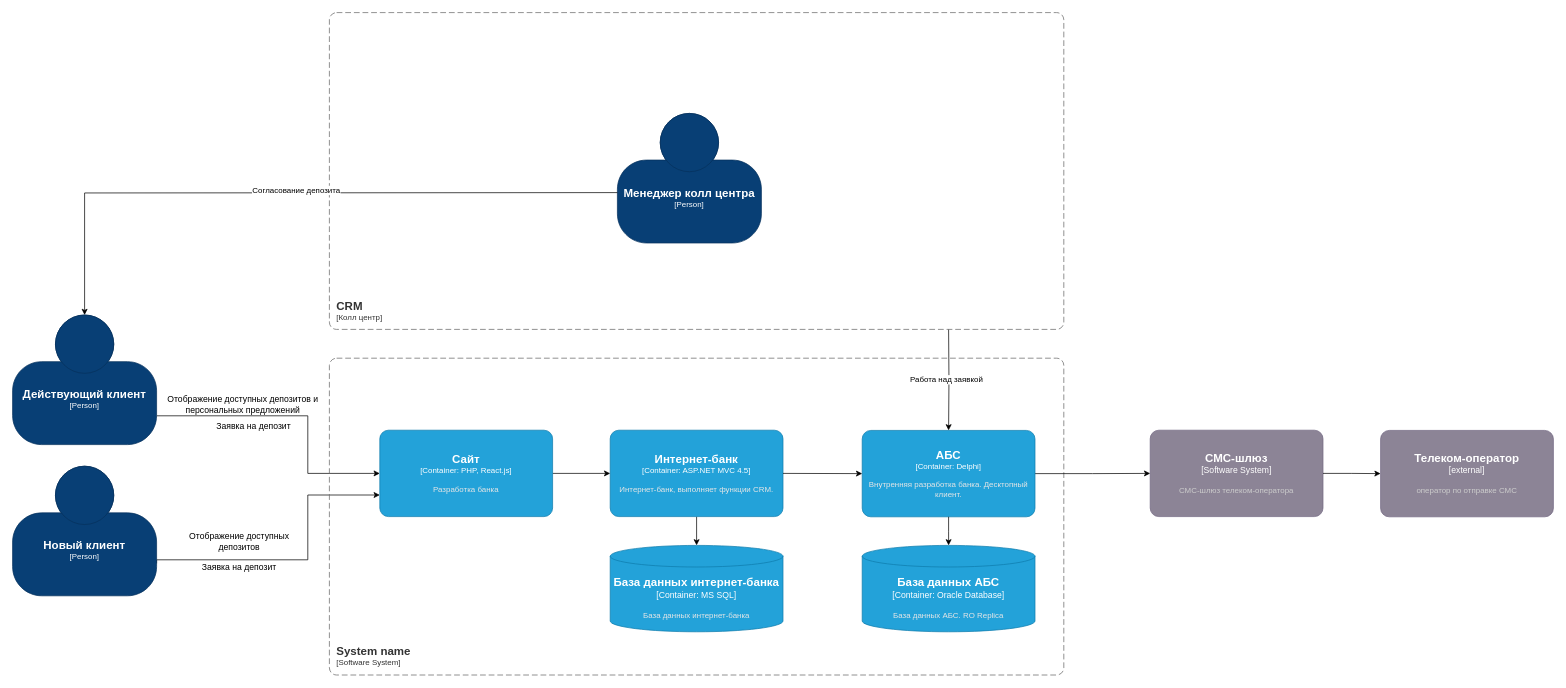
The draw.io diagram Task3/containers.drawio in va-kolle-jet/architecture-standart, before the edit. Source tidied: cells renumbered, new cells numbered last; positions are measured from the earlier drawing's top-left corner, leaving out a move shared by most shapes. Both pictures are drawn from the tidied source at 72%, with x=0, y=0 at pixel (12, 12).
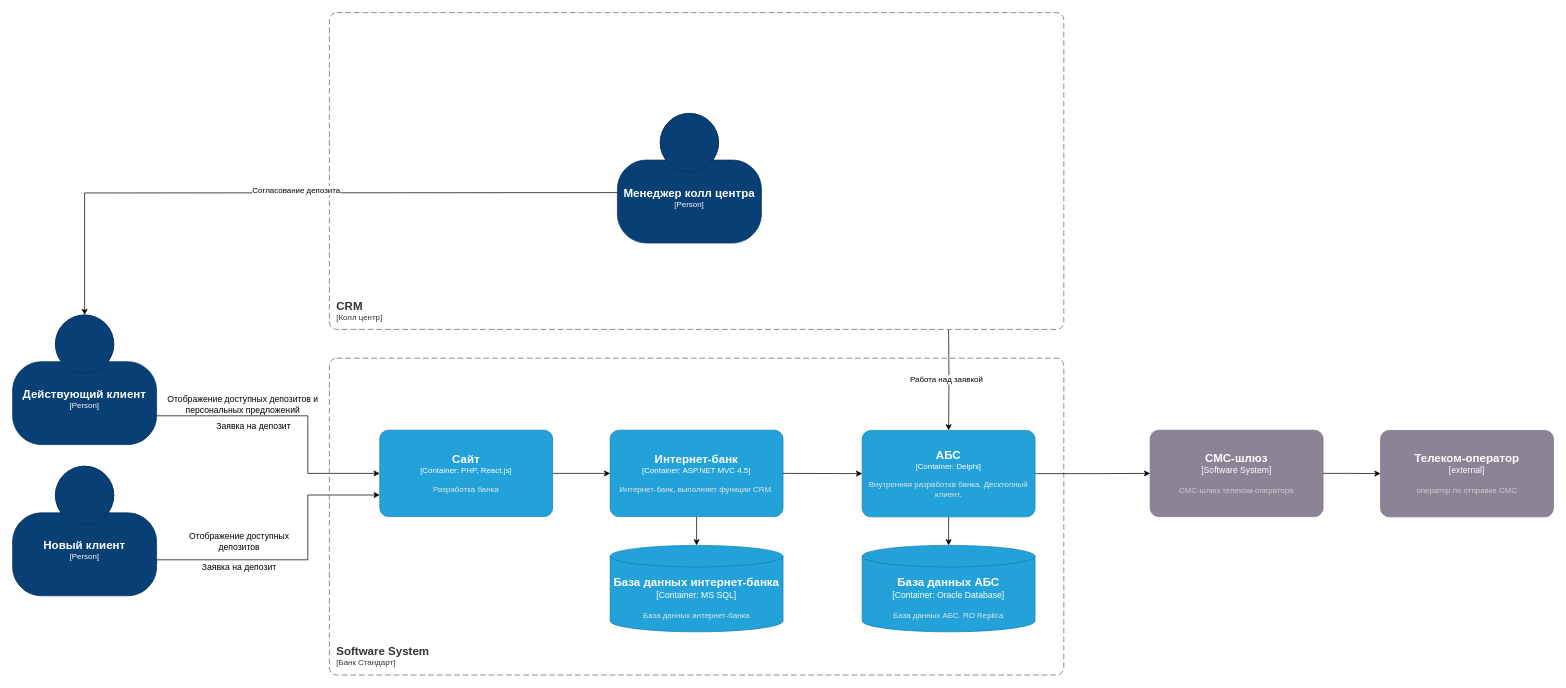
Above is the later version.

Diff of the diagram source:
```diff
@@
-    <object id="10" label="&lt;font style=&quot;font-size: 16px&quot;&gt;&lt;b&gt;&lt;div style=&quot;text-align: left&quot;&gt;%c4Name%&lt;/div&gt;&lt;/b&gt;&lt;/font&gt;&lt;div style=&quot;text-align: left&quot;&gt;[%c4Application%]&lt;/div&gt;" c4Application="Software System" c4Name="System name" placeholders="1">
+    <object id="10" label="&lt;font style=&quot;font-size: 16px&quot;&gt;&lt;b&gt;&lt;div style=&quot;text-align: left&quot;&gt;%c4Name%&lt;/div&gt;&lt;/b&gt;&lt;/font&gt;&lt;div style=&quot;text-align: left&quot;&gt;[%c4Application%]&lt;/div&gt;" c4Application="Банк Стандарт" c4Name="Software System" placeholders="1">
       <mxCell style="rounded=1;fontSize=11;whiteSpace=wrap;html=1;dashed=1;arcSize=20;fillColor=none;strokeColor=#666666;fontColor=#333333;labelBackgroundColor=none;align=left;verticalAlign=bottom;labelBorderColor=none;spacingTop=0;spacing=10;dashPattern=8 4;perimeter=rectanglePerimeter;noLabel=0;labelPadding=0;absoluteArcSize=1;" parent="1" vertex="1">
         <mxGeometry x="440" y="480" width="1020" height="440" as="geometry" />
       </mxCell>
     </object>
```
